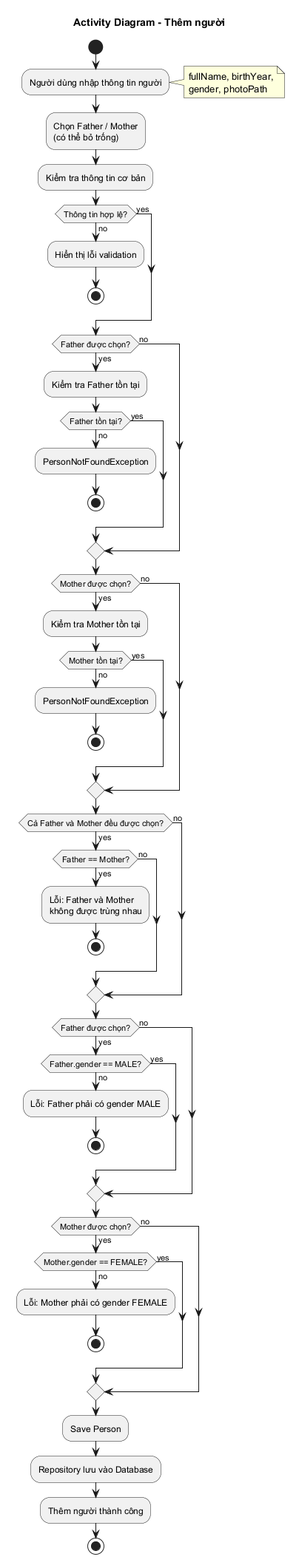
This is docs/uml/activity-add-person.png from minhchien170704/do-an-gia-pha, a PlantUML export, as it was before one commit. The source it was exported from:
```plantuml
@startuml activity-add-person

title Activity Diagram - Thêm người

start

:Người dùng nhập thông tin người;
note right
  fullName, birthYear,
  gender, photoPath
end note

:Chọn Father / Mother\n(có thể bỏ trống);

:Kiểm tra thông tin cơ bản;

if (Thông tin hợp lệ?) then (yes)
else (no)
  :Hiển thị lỗi validation;
  stop
endif

if (Father được chọn?) then (yes)
  :Kiểm tra Father tồn tại;
  if (Father tồn tại?) then (yes)
  else (no)
    :PersonNotFoundException;
    stop
  endif
else (no)
endif

if (Mother được chọn?) then (yes)
  :Kiểm tra Mother tồn tại;
  if (Mother tồn tại?) then (yes)
  else (no)
    :PersonNotFoundException;
    stop
  endif
else (no)
endif

if (Cả Father và Mother đều được chọn?) then (yes)
  if (Father == Mother?) then (yes)
    :Lỗi: Father và Mother\nkhông được trùng nhau;
    stop
  else (no)
  endif
else (no)
endif

if (Father được chọn?) then (yes)
  if (Father.gender == MALE?) then (yes)
  else (no)
    :Lỗi: Father phải có gender MALE;
    stop
  endif
else (no)
endif

if (Mother được chọn?) then (yes)
  if (Mother.gender == FEMALE?) then (yes)
  else (no)
    :Lỗi: Mother phải có gender FEMALE;
    stop
  endif
else (no)
endif

:Save Person;
:Repository lưu vào Database;
:Thêm người thành công;

stop

@enduml
```
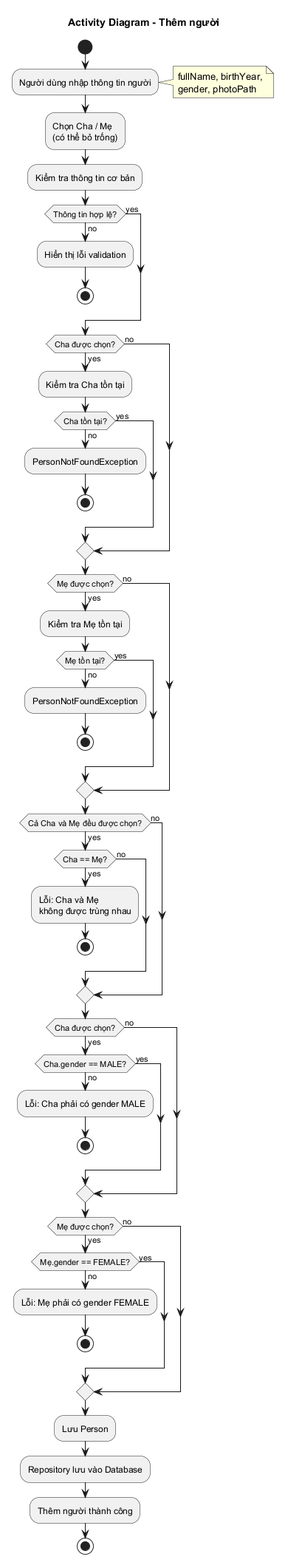
After the change.

Change to the diagram source:
```diff
@@ -10,7 +10,7 @@
   gender, photoPath
 end note
 
-:Chọn Father / Mother\n(có thể bỏ trống);
+:Chọn Cha / Mẹ\n(có thể bỏ trống);
 
 :Kiểm tra thông tin cơ bản;
 
@@ -20,9 +20,9 @@
   stop
 endif
 
-if (Father được chọn?) then (yes)
-  :Kiểm tra Father tồn tại;
-  if (Father tồn tại?) then (yes)
+if (Cha được chọn?) then (yes)
+  :Kiểm tra Cha tồn tại;
+  if (Cha tồn tại?) then (yes)
   else (no)
     :PersonNotFoundException;
     stop
@@ -30,9 +30,9 @@
 else (no)
 endif
 
-if (Mother được chọn?) then (yes)
-  :Kiểm tra Mother tồn tại;
-  if (Mother tồn tại?) then (yes)
+if (Mẹ được chọn?) then (yes)
+  :Kiểm tra Mẹ tồn tại;
+  if (Mẹ tồn tại?) then (yes)
   else (no)
     :PersonNotFoundException;
     stop
@@ -40,34 +40,34 @@
 else (no)
 endif
 
-if (Cả Father và Mother đều được chọn?) then (yes)
-  if (Father == Mother?) then (yes)
-    :Lỗi: Father và Mother\nkhông được trùng nhau;
+if (Cả Cha và Mẹ đều được chọn?) then (yes)
+  if (Cha == Mẹ?) then (yes)
+    :Lỗi: Cha và Mẹ\nkhông được trùng nhau;
     stop
   else (no)
   endif
 else (no)
 endif
 
-if (Father được chọn?) then (yes)
-  if (Father.gender == MALE?) then (yes)
+if (Cha được chọn?) then (yes)
+  if (Cha.gender == MALE?) then (yes)
   else (no)
-    :Lỗi: Father phải có gender MALE;
+    :Lỗi: Cha phải có gender MALE;
     stop
   endif
 else (no)
 endif
 
-if (Mother được chọn?) then (yes)
-  if (Mother.gender == FEMALE?) then (yes)
+if (Mẹ được chọn?) then (yes)
+  if (Mẹ.gender == FEMALE?) then (yes)
   else (no)
-    :Lỗi: Mother phải có gender FEMALE;
+    :Lỗi: Mẹ phải có gender FEMALE;
     stop
   endif
 else (no)
 endif
 
-:Save Person;
+:Lưu Person;
 :Repository lưu vào Database;
 :Thêm người thành công;
 
```
